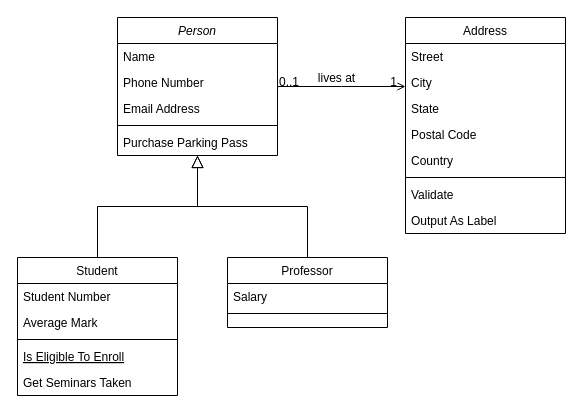
Above: schemas.drawio in erfan-rfmhr/subscription-task (draw.io), before the change. Source tidied: cells renumbered, new cells numbered last; positions are measured from the earlier drawing's top-left corner, leaving out a move shared by most shapes. Both pictures are drawn from the tidied source at 100%, with x=0, y=0 at pixel (17, 17).
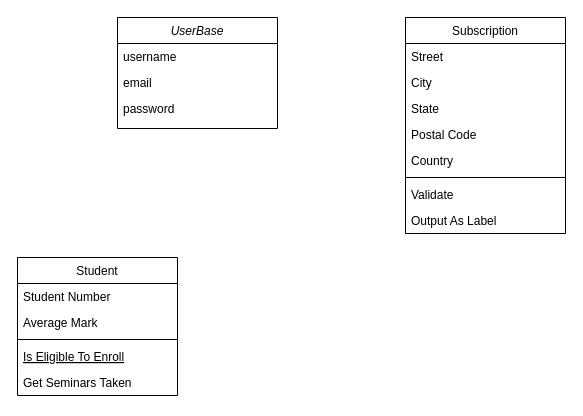
The same page after the edit.

The change refers to these unchanged cells:
```xml
<mxCell id="8" value="Student" style="swimlane;fontStyle=0;align=center;verticalAlign=top;horizontal=1;startSize=26;rounded=0;shadow=0;strokeWidth=1;" parent="1" vertex="1">
  <mxGeometry y="240" width="160" height="138" as="geometry" />
</mxCell>
```

What changed in the source:
```diff
@@
-    <mxCell id="2" value="Person" style="swimlane;fontStyle=2;align=center;verticalAlign=top;horizontal=1;startSize=26;rounded=0;shadow=0;strokeWidth=1;" parent="1" vertex="1">
-      <mxGeometry x="100" width="160" height="138" as="geometry" />
+    <mxCell id="2" value="UserBase" style="swimlane;fontStyle=2;align=center;verticalAlign=top;horizontal=1;startSize=26;rounded=0;shadow=0;strokeWidth=1;" parent="1" vertex="1">
+      <mxGeometry x="100" width="160" height="111" as="geometry" />
     </mxCell>
-    <mxCell id="3" value="Name" style="text;align=left;verticalAlign=top;spacingLeft=4;spacingRight=4;overflow=hidden;" parent="2" vertex="1">
+    <mxCell id="3" value="username" style="text;align=left;verticalAlign=top;spacingLeft=4;spacingRight=4;overflow=hidden;" parent="2" vertex="1">
       <mxGeometry y="26" width="160" height="26" as="geometry" />
     </mxCell>
-    <mxCell id="4" value="Phone Number" style="text;align=left;verticalAlign=top;spacingLeft=4;spacingRight=4;overflow=hidden;rounded=0;shadow=0;html=0;" parent="2" vertex="1">
+    <mxCell id="4" value="email" style="text;align=left;verticalAlign=top;spacingLeft=4;spacingRight=4;overflow=hidden;rounded=0;shadow=0;html=0;" parent="2" vertex="1">
       <mxGeometry y="52" width="160" height="26" as="geometry" />
     </mxCell>
-    <mxCell id="5" value="Email Address" style="text;align=left;verticalAlign=top;spacingLeft=4;spacingRight=4;overflow=hidden;rounded=0;shadow=0;html=0;" parent="2" vertex="1">
+    <mxCell id="5" value="password" style="text;align=left;verticalAlign=top;spacingLeft=4;spacingRight=4;overflow=hidden;rounded=0;shadow=0;html=0;" parent="2" vertex="1">
       <mxGeometry y="78" width="160" height="26" as="geometry" />
     </mxCell>
-    <mxCell id="6" style="line;html=1;strokeWidth=1;align=left;verticalAlign=middle;spacingTop=-1;spacingLeft=3;spacingRight=3;labelPosition=right;" parent="2" vertex="1">
-      <mxGeometry y="104" width="160" height="8" as="geometry" />
-    </mxCell>
-    <mxCell id="7" value="Purchase Parking Pass" style="text;align=left;verticalAlign=top;spacingLeft=4;spacingRight=4;overflow=hidden;" parent="2" vertex="1">
-      <mxGeometry y="112" width="160" height="26" as="geometry" />
-    </mxCell>
@@
-    <mxCell id="14" style="endArrow=block;endSize=10;endFill=0;shadow=0;strokeWidth=1;rounded=0;edgeStyle=elbowEdgeStyle;elbow=vertical;" parent="1" edge="1" source="8" target="2">
-      <mxGeometry relative="1" as="geometry" />
-    </mxCell>
-    <mxCell id="15" value="Professor" style="swimlane;fontStyle=0;align=center;verticalAlign=top;horizontal=1;startSize=26;rounded=0;shadow=0;strokeWidth=1;" parent="1" vertex="1">
-      <mxGeometry x="210" y="240" width="160" height="70" as="geometry" />
-    </mxCell>
-    <mxCell id="16" value="Salary" style="text;align=left;verticalAlign=top;spacingLeft=4;spacingRight=4;overflow=hidden;" parent="15" vertex="1">
-      <mxGeometry y="26" width="160" height="26" as="geometry" />
-    </mxCell>
-    <mxCell id="17" style="line;html=1;strokeWidth=1;align=left;verticalAlign=middle;spacingTop=-1;spacingLeft=3;spacingRight=3;labelPosition=right;" parent="15" vertex="1">
-      <mxGeometry y="52" width="160" height="8" as="geometry" />
-    </mxCell>
-    <mxCell id="18" style="endArrow=block;endSize=10;endFill=0;shadow=0;strokeWidth=1;rounded=0;edgeStyle=elbowEdgeStyle;elbow=vertical;" parent="1" edge="1" source="15" target="2">
-      <mxGeometry relative="1" as="geometry" />
-    </mxCell>
-    <mxCell id="19" value="Address" style="swimlane;fontStyle=0;align=center;verticalAlign=top;horizontal=1;startSize=26;rounded=0;shadow=0;strokeWidth=1;" parent="1" vertex="1">
+    <mxCell id="19" value="Subscription" style="swimlane;fontStyle=0;align=center;verticalAlign=top;horizontal=1;startSize=26;rounded=0;shadow=0;strokeWidth=1;" parent="1" vertex="1">
       <mxGeometry x="388" width="160" height="216" as="geometry" />
     </mxCell>
@@
-    <mxCell id="28" style="endArrow=open;shadow=0;strokeWidth=1;rounded=0;endFill=1;edgeStyle=elbowEdgeStyle;elbow=vertical;" parent="1" edge="1" source="2" target="19">
-      <mxGeometry x="0.5" y="41" relative="1" as="geometry">
-        <mxPoint x="-40" y="32" as="offset" />
-      </mxGeometry>
-    </mxCell>
-    <mxCell id="29" value="0..1" style="align=left;verticalAlign=bottom;labelBackgroundColor=none;fontSize=12;" parent="28" vertex="1">
-      <mxGeometry x="-1" relative="1" as="geometry">
-        <mxPoint y="4" as="offset" />
-      </mxGeometry>
-    </mxCell>
-    <mxCell id="30" value="1" style="align=right;verticalAlign=bottom;labelBackgroundColor=none;fontSize=12;" parent="28" vertex="1">
-      <mxGeometry x="1" relative="1" as="geometry">
-        <mxPoint x="-7" y="4" as="offset" />
-      </mxGeometry>
-    </mxCell>
-    <mxCell id="31" value="lives at" style="text;html=1;align=center;verticalAlign=middle;labelBackgroundColor=none;rounded=0;shadow=0;strokeWidth=1;fontSize=12;" parent="28" vertex="1">
-      <mxGeometry x="0.5" y="49" relative="1" as="geometry">
-        <mxPoint x="-38" y="40" as="offset" />
-      </mxGeometry>
-    </mxCell>
```
